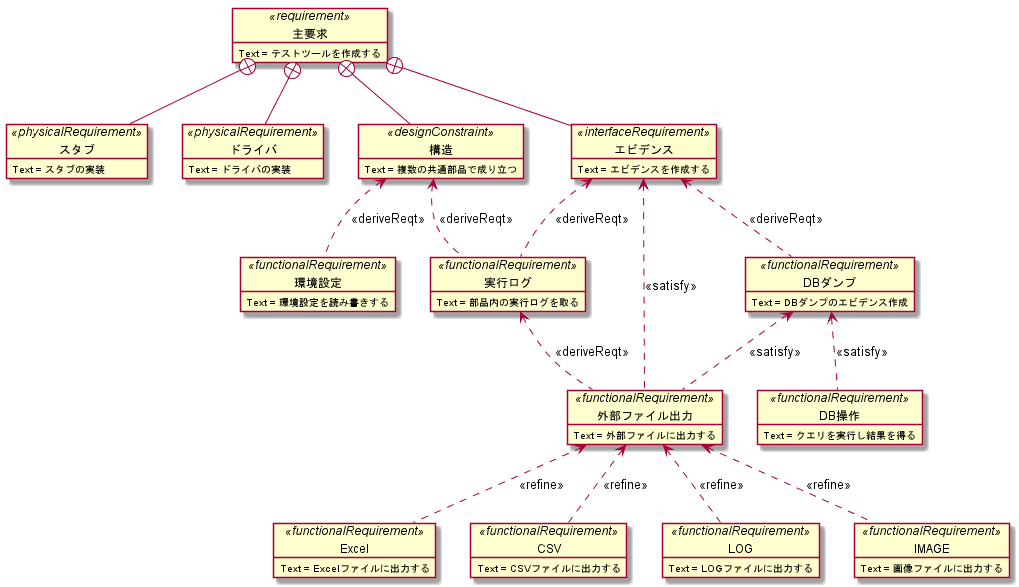
Above: doc/01_要件定義/img/要求図.png in hirorich/CommonTool (PlantUML), before the change.
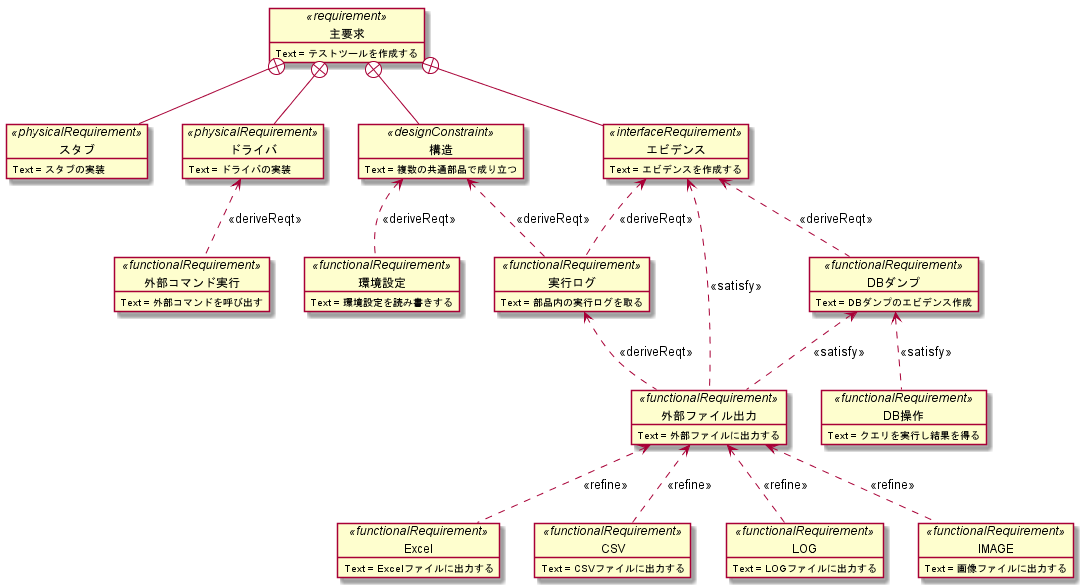
The same diagram one commit later.

What changed in the source:
```diff
@@ -13,6 +13,11 @@
   Text = ドライバの実装
 }
 主要求 +-- ドライバ
+
+object 外部コマンド実行<<functionalRequirement>> {
+  Text = 外部コマンドを呼び出す
+}
+ドライバ <.. 外部コマンド実行:<<deriveReqt>>
 
 object 構造<<designConstraint>> {
   Text = 複数の共通部品で成り立つ
```
